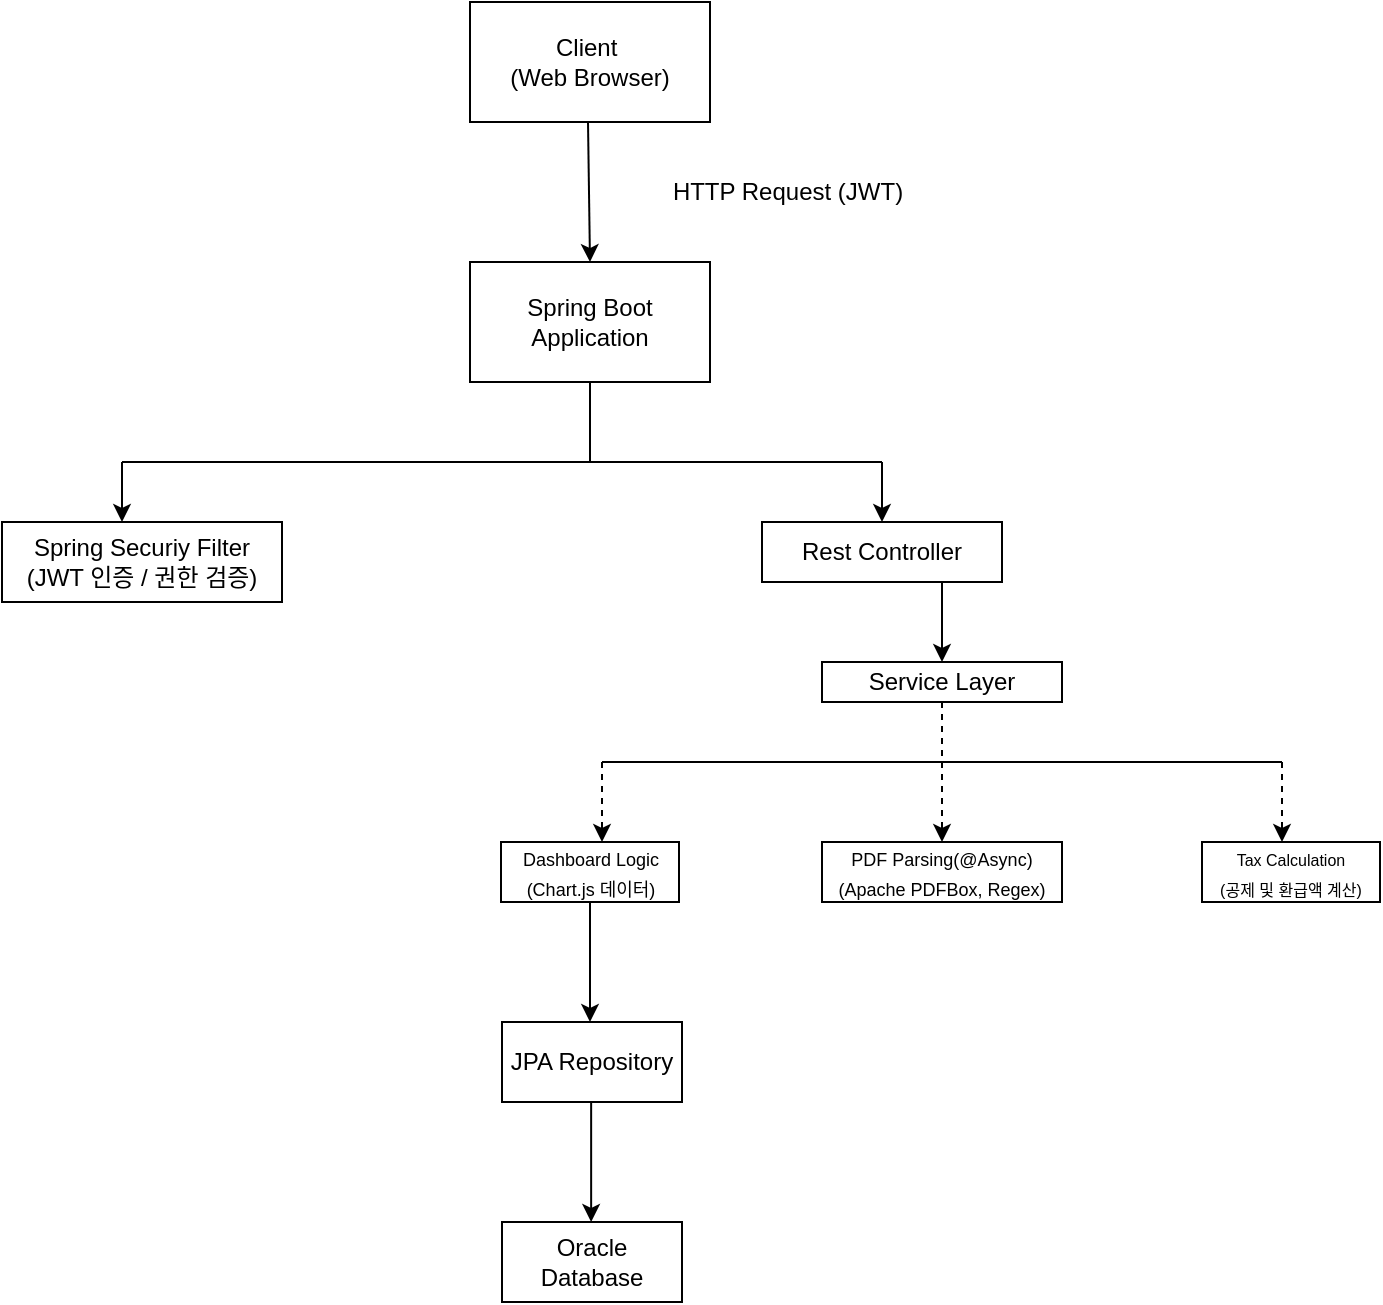
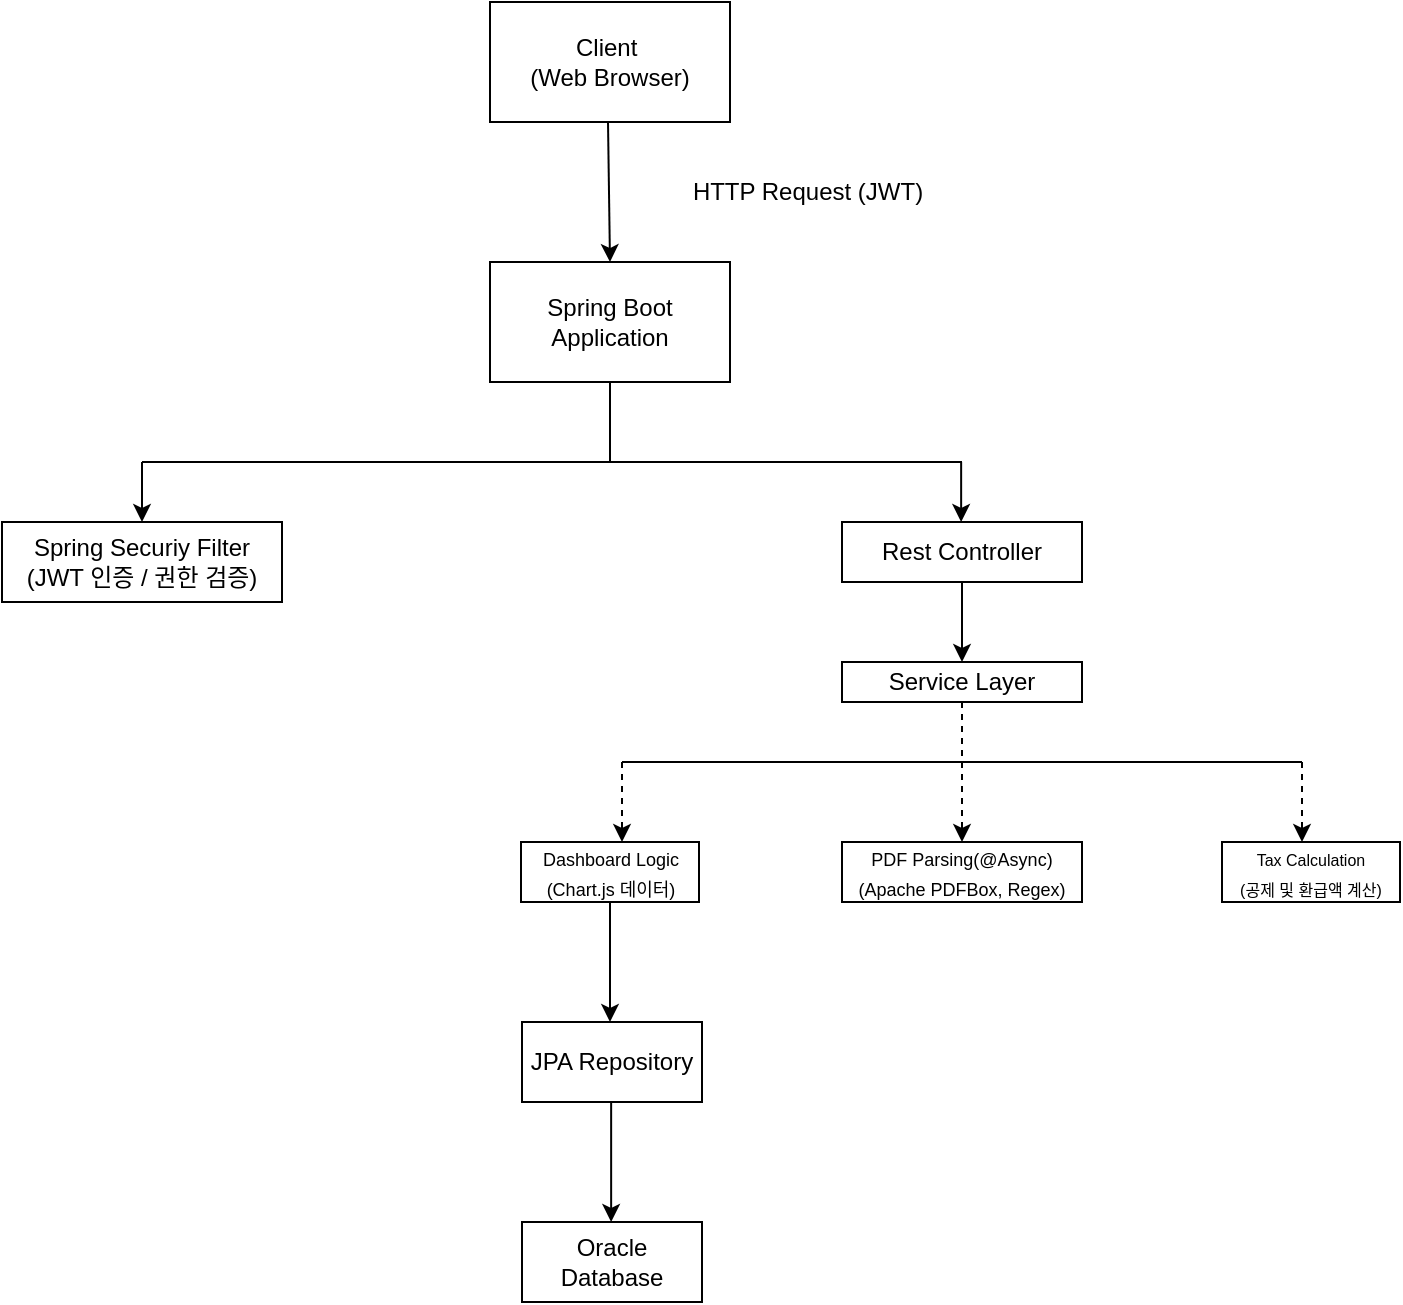
<mxfile host="app.diagrams.net" agent="Mozilla/5.0 (Windows NT 10.0; Win64; x64) AppleWebKit/537.36 (KHTML, like Gecko) Chrome/150.0.0.0 Safari/537.36" version="28.2.8">
  <diagram name="페이지-1" id="4kp-m6i04VOWGrunXJ56">
    <mxGraphModel dx="906" dy="458" grid="1" gridSize="10" guides="1" tooltips="1" connect="1" arrows="1" fold="1" page="1" pageScale="1" pageWidth="827" pageHeight="1169" math="0" shadow="0">
      <root>
        <mxCell id="0" />
        <mxCell id="1" parent="0" />
        <mxCell id="VYmjPpiDpjrAah7BQ8Lu-1" value="Client&amp;nbsp;&lt;div&gt;(Web Browser)&lt;/div&gt;" style="rounded=0;whiteSpace=wrap;html=1;" parent="1" vertex="1">
          <mxGeometry x="354" y="20" width="120" height="60" as="geometry" />
        </mxCell>
        <mxCell id="wzky8q1Li_-igpvC3kRc-1" value="Spring Boot&lt;div&gt;Application&lt;/div&gt;" style="rounded=0;whiteSpace=wrap;html=1;" vertex="1" parent="1">
          <mxGeometry x="354" y="150" width="120" height="60" as="geometry" />
        </mxCell>
        <mxCell id="wzky8q1Li_-igpvC3kRc-2" value="" style="endArrow=classic;html=1;rounded=0;entryX=0.5;entryY=0;entryDx=0;entryDy=0;" edge="1" parent="1" target="wzky8q1Li_-igpvC3kRc-1">
          <mxGeometry width="50" height="50" relative="1" as="geometry">
            <mxPoint x="413" y="80" as="sourcePoint" />
            <mxPoint x="463" y="30" as="targetPoint" />
          </mxGeometry>
        </mxCell>
        <mxCell id="wzky8q1Li_-igpvC3kRc-3" value="HTTP Request (JWT)" style="text;html=1;whiteSpace=wrap;strokeColor=none;fillColor=none;align=center;verticalAlign=middle;rounded=0;" vertex="1" parent="1">
          <mxGeometry x="430" y="100" width="166" height="30" as="geometry" />
        </mxCell>
        <mxCell id="wzky8q1Li_-igpvC3kRc-5" value="" style="endArrow=none;html=1;rounded=0;entryX=0.5;entryY=1;entryDx=0;entryDy=0;" edge="1" parent="1" target="wzky8q1Li_-igpvC3kRc-1">
          <mxGeometry width="50" height="50" relative="1" as="geometry">
            <mxPoint x="414" y="250" as="sourcePoint" />
            <mxPoint x="460" y="240" as="targetPoint" />
          </mxGeometry>
        </mxCell>
        <mxCell id="wzky8q1Li_-igpvC3kRc-7" value="" style="endArrow=none;html=1;rounded=0;" edge="1" parent="1">
          <mxGeometry width="50" height="50" relative="1" as="geometry">
            <mxPoint x="180" y="250" as="sourcePoint" />
-             <mxPoint x="560" y="250" as="targetPoint" />
+             <mxPoint x="590" y="250" as="targetPoint" />
          </mxGeometry>
        </mxCell>
        <mxCell id="wzky8q1Li_-igpvC3kRc-9" value="" style="endArrow=classic;html=1;rounded=0;" edge="1" parent="1">
          <mxGeometry width="50" height="50" relative="1" as="geometry">
            <mxPoint x="180" y="250" as="sourcePoint" />
            <mxPoint x="180" y="280" as="targetPoint" />
          </mxGeometry>
        </mxCell>
        <mxCell id="wzky8q1Li_-igpvC3kRc-10" value="Spring Securiy Filter&lt;div&gt;(JWT 인증 / 권한 검증)&lt;/div&gt;" style="rounded=0;whiteSpace=wrap;html=1;" vertex="1" parent="1">
-           <mxGeometry x="120" y="280" width="140" height="40" as="geometry" />
+           <mxGeometry x="110" y="280" width="140" height="40" as="geometry" />
        </mxCell>
        <mxCell id="wzky8q1Li_-igpvC3kRc-11" value="" style="endArrow=classic;html=1;rounded=0;" edge="1" parent="1">
          <mxGeometry width="50" height="50" relative="1" as="geometry">
-             <mxPoint x="560" y="250" as="sourcePoint" />
-             <mxPoint x="560" y="280" as="targetPoint" />
+             <mxPoint x="589.57" y="250" as="sourcePoint" />
+             <mxPoint x="589.57" y="280" as="targetPoint" />
          </mxGeometry>
        </mxCell>
        <mxCell id="wzky8q1Li_-igpvC3kRc-12" value="Rest Controller" style="rounded=0;whiteSpace=wrap;html=1;" vertex="1" parent="1">
-           <mxGeometry x="500" y="280" width="120" height="30" as="geometry" />
+           <mxGeometry x="530" y="280" width="120" height="30" as="geometry" />
        </mxCell>
        <mxCell id="wzky8q1Li_-igpvC3kRc-13" value="" style="endArrow=classic;html=1;rounded=0;" edge="1" parent="1">
          <mxGeometry width="50" height="50" relative="1" as="geometry">
            <mxPoint x="590" y="310" as="sourcePoint" />
            <mxPoint x="590" y="350" as="targetPoint" />
          </mxGeometry>
        </mxCell>
        <mxCell id="wzky8q1Li_-igpvC3kRc-14" value="Service Layer" style="rounded=0;whiteSpace=wrap;html=1;" vertex="1" parent="1">
          <mxGeometry x="530" y="350" width="120" height="20" as="geometry" />
        </mxCell>
        <mxCell id="wzky8q1Li_-igpvC3kRc-16" value="" style="endArrow=classic;html=1;rounded=0;dashed=1;" edge="1" parent="1">
          <mxGeometry width="50" height="50" relative="1" as="geometry">
            <mxPoint x="590" y="370" as="sourcePoint" />
            <mxPoint x="590" y="440" as="targetPoint" />
          </mxGeometry>
        </mxCell>
        <mxCell id="wzky8q1Li_-igpvC3kRc-17" value="" style="endArrow=none;html=1;rounded=0;" edge="1" parent="1">
          <mxGeometry width="50" height="50" relative="1" as="geometry">
            <mxPoint x="420" y="400" as="sourcePoint" />
            <mxPoint x="760" y="400" as="targetPoint" />
          </mxGeometry>
        </mxCell>
        <mxCell id="wzky8q1Li_-igpvC3kRc-18" value="" style="endArrow=classic;html=1;rounded=0;dashed=1;" edge="1" parent="1">
          <mxGeometry width="50" height="50" relative="1" as="geometry">
            <mxPoint x="420" y="400" as="sourcePoint" />
            <mxPoint x="420" y="440" as="targetPoint" />
          </mxGeometry>
        </mxCell>
        <mxCell id="wzky8q1Li_-igpvC3kRc-19" value="" style="endArrow=classic;html=1;rounded=0;dashed=1;" edge="1" parent="1">
          <mxGeometry width="50" height="50" relative="1" as="geometry">
            <mxPoint x="760" y="400" as="sourcePoint" />
            <mxPoint x="760" y="440" as="targetPoint" />
          </mxGeometry>
        </mxCell>
        <mxCell id="wzky8q1Li_-igpvC3kRc-20" value="&lt;font style=&quot;font-size: 9px;&quot;&gt;Dashboard Logic&lt;/font&gt;&lt;div&gt;&lt;font style=&quot;font-size: 9px;&quot;&gt;(Chart.js 데이터)&lt;/font&gt;&lt;/div&gt;" style="rounded=0;whiteSpace=wrap;html=1;" vertex="1" parent="1">
          <mxGeometry x="369.5" y="440" width="89" height="30" as="geometry" />
        </mxCell>
        <mxCell id="wzky8q1Li_-igpvC3kRc-21" value="&lt;font style=&quot;font-size: 9px;&quot;&gt;PDF Parsing(@Async)&lt;/font&gt;&lt;div&gt;&lt;font style=&quot;font-size: 9px;&quot;&gt;(Apache PDFBox, Regex)&lt;/font&gt;&lt;/div&gt;" style="rounded=0;whiteSpace=wrap;html=1;" vertex="1" parent="1">
          <mxGeometry x="530" y="440" width="120" height="30" as="geometry" />
        </mxCell>
        <mxCell id="wzky8q1Li_-igpvC3kRc-22" value="&lt;font style=&quot;font-size: 8px;&quot;&gt;Tax Calculation&lt;/font&gt;&lt;div&gt;&lt;font style=&quot;font-size: 8px;&quot;&gt;(공제 및 환급액 계산)&lt;/font&gt;&lt;/div&gt;" style="rounded=0;whiteSpace=wrap;html=1;" vertex="1" parent="1">
          <mxGeometry x="720" y="440" width="89" height="30" as="geometry" />
        </mxCell>
        <mxCell id="wzky8q1Li_-igpvC3kRc-23" value="" style="endArrow=classic;html=1;rounded=0;exitX=0.5;exitY=1;exitDx=0;exitDy=0;" edge="1" parent="1" source="wzky8q1Li_-igpvC3kRc-20">
          <mxGeometry width="50" height="50" relative="1" as="geometry">
            <mxPoint x="380" y="560" as="sourcePoint" />
            <mxPoint x="414" y="530" as="targetPoint" />
            <Array as="points" />
          </mxGeometry>
        </mxCell>
        <mxCell id="wzky8q1Li_-igpvC3kRc-24" value="JPA Repository" style="rounded=0;whiteSpace=wrap;html=1;" vertex="1" parent="1">
          <mxGeometry x="370" y="530" width="90" height="40" as="geometry" />
        </mxCell>
        <mxCell id="wzky8q1Li_-igpvC3kRc-25" value="" style="endArrow=classic;html=1;rounded=0;exitX=0.5;exitY=1;exitDx=0;exitDy=0;" edge="1" parent="1">
          <mxGeometry width="50" height="50" relative="1" as="geometry">
            <mxPoint x="414.57" y="570" as="sourcePoint" />
            <mxPoint x="414.57" y="630" as="targetPoint" />
            <Array as="points" />
          </mxGeometry>
        </mxCell>
        <mxCell id="wzky8q1Li_-igpvC3kRc-26" value="Oracle Database" style="rounded=0;whiteSpace=wrap;html=1;" vertex="1" parent="1">
          <mxGeometry x="370" y="630" width="90" height="40" as="geometry" />
        </mxCell>
      </root>
    </mxGraphModel>
  </diagram>
</mxfile>
